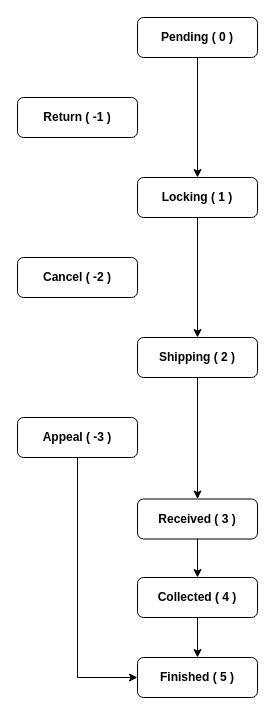
This is z/docs/states.drawio from fossabot/pairfy, a draw.io file, before an edit. Source tidied: cells renumbered, new cells numbered last; positions are measured from the earlier drawing's top-left corner, leaving out a move shared by most shapes. Both pictures are drawn from the tidied source at 100%, with x=0, y=0 at pixel (17, 17).
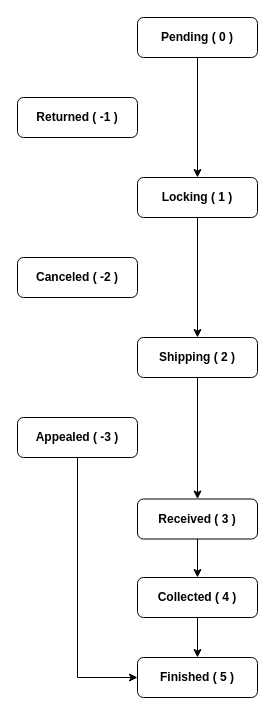
Above is the later version.

Change to the diagram source:
```diff
@@
 <mxGraphModel>
   <root>
     <mxCell id="0" />
     <mxCell id="1" parent="0" />
     <mxCell id="2" style="edgeStyle=orthogonalEdgeStyle;rounded=0;jettySize=auto;html=1;exitX=0.5;exitY=1;exitDx=0;exitDy=0;entryX=0.5;entryY=0;entryDx=0;entryDy=0;fontFamily=Helvetica;" parent="1" edge="1" source="3" target="6">
       <mxGeometry relative="1" as="geometry" />
     </mxCell>
     <mxCell id="3" value="&lt;b&gt;Pending ( 0 )&lt;/b&gt;" style="rounded=1;whiteSpace=wrap;html=1;fontFamily=Helvetica;" parent="1" vertex="1">
       <mxGeometry x="120" width="120" height="40" as="geometry" />
     </mxCell>
-    <mxCell id="4" value="&lt;b&gt;Return ( -1 )&lt;/b&gt;" style="rounded=1;whiteSpace=wrap;html=1;fontFamily=Helvetica;" parent="1" vertex="1">
-      <mxGeometry y="80" width="120" height="40" as="geometry" />
-    </mxCell>
+    <mxCell id="17" value="&lt;b&gt;Returned ( -1 )&lt;/b&gt;" style="rounded=1;whiteSpace=wrap;html=1;fontFamily=Helvetica;" parent="1" vertex="1">
+      <mxGeometry y="80" width="120" height="40" as="geometry" />
+    </mxCell>
     <mxCell id="5" style="edgeStyle=orthogonalEdgeStyle;rounded=0;jettySize=auto;html=1;exitX=0.5;exitY=1;exitDx=0;exitDy=0;entryX=0.5;entryY=0;entryDx=0;entryDy=0;fontFamily=Helvetica;" parent="1" edge="1" source="6" target="9">
       <mxGeometry relative="1" as="geometry" />
     </mxCell>
     <mxCell id="6" value="&lt;b&gt;Locking&amp;nbsp;&lt;/b&gt;&lt;b&gt;( 1 )&lt;/b&gt;" style="rounded=1;whiteSpace=wrap;html=1;fontFamily=Helvetica;" parent="1" vertex="1">
       <mxGeometry x="120" y="160" width="120" height="40" as="geometry" />
     </mxCell>
-    <mxCell id="7" value="&lt;b&gt;Cancel ( -2 )&lt;/b&gt;" style="rounded=1;whiteSpace=wrap;html=1;fontFamily=Helvetica;" parent="1" vertex="1">
-      <mxGeometry y="240" width="120" height="40" as="geometry" />
-    </mxCell>
+    <mxCell id="18" value="&lt;b&gt;Canceled ( -2 )&lt;/b&gt;" style="rounded=1;whiteSpace=wrap;html=1;fontFamily=Helvetica;" parent="1" vertex="1">
+      <mxGeometry y="240" width="120" height="40" as="geometry" />
+    </mxCell>
     <mxCell id="8" style="edgeStyle=orthogonalEdgeStyle;rounded=0;jettySize=auto;html=1;exitX=0.5;exitY=1;exitDx=0;exitDy=0;entryX=0.5;entryY=0;entryDx=0;entryDy=0;" parent="1" edge="1" source="9" target="11">
       <mxGeometry relative="1" as="geometry" />
     </mxCell>
     <mxCell id="9" value="&lt;b&gt;Shipping&amp;nbsp;&lt;/b&gt;&lt;b&gt;( 2 )&lt;/b&gt;" style="rounded=1;whiteSpace=wrap;html=1;fontFamily=Helvetica;" parent="1" vertex="1">
       <mxGeometry x="120" y="320" width="120" height="40" as="geometry" />
     </mxCell>
     <mxCell id="10" style="edgeStyle=orthogonalEdgeStyle;rounded=0;jettySize=auto;html=1;exitX=0.5;exitY=1;exitDx=0;exitDy=0;entryX=0.5;entryY=0;entryDx=0;entryDy=0;" parent="1" edge="1" source="11" target="15">
       <mxGeometry relative="1" as="geometry" />
     </mxCell>
     <mxCell id="11" value="&lt;b&gt;Received ( 3 )&lt;/b&gt;" style="rounded=1;whiteSpace=wrap;html=1;fontFamily=Helvetica;" parent="1" vertex="1">
       <mxGeometry x="120" y="481.5" width="120" height="40" as="geometry" />
     </mxCell>
-    <mxCell id="12" style="edgeStyle=orthogonalEdgeStyle;rounded=0;jettySize=auto;html=1;exitX=0.5;exitY=1;exitDx=0;exitDy=0;entryX=0;entryY=0.5;entryDx=0;entryDy=0;" parent="1" edge="1" source="13" target="16">
-      <mxGeometry relative="1" as="geometry" />
-    </mxCell>
-    <mxCell id="13" value="&lt;b&gt;Appeal ( -3 )&lt;/b&gt;" style="rounded=1;whiteSpace=wrap;html=1;fontFamily=Helvetica;" parent="1" vertex="1">
-      <mxGeometry y="400" width="120" height="40" as="geometry" />
-    </mxCell>
+    <mxCell id="19" style="edgeStyle=orthogonalEdgeStyle;rounded=0;jettySize=auto;html=1;exitX=0.5;exitY=1;exitDx=0;exitDy=0;entryX=0;entryY=0.5;entryDx=0;entryDy=0;" parent="1" edge="1" source="20" target="16">
+      <mxGeometry relative="1" as="geometry" />
+    </mxCell>
+    <mxCell id="20" value="&lt;b&gt;Appealed ( -3 )&lt;/b&gt;" style="rounded=1;whiteSpace=wrap;html=1;fontFamily=Helvetica;" parent="1" vertex="1">
+      <mxGeometry y="400" width="120" height="40" as="geometry" />
+    </mxCell>
     <mxCell id="14" style="edgeStyle=orthogonalEdgeStyle;rounded=0;jettySize=auto;html=1;exitX=0.5;exitY=1;exitDx=0;exitDy=0;entryX=0.5;entryY=0;entryDx=0;entryDy=0;" parent="1" edge="1" source="15" target="16">
       <mxGeometry relative="1" as="geometry" />
     </mxCell>
     <mxCell id="15" value="&lt;b&gt;Collected ( 4&lt;/b&gt;&lt;b style=&quot;background-color: initial;&quot;&gt;&amp;nbsp;)&lt;/b&gt;" style="rounded=1;whiteSpace=wrap;html=1;fontFamily=Helvetica;" parent="1" vertex="1">
       <mxGeometry x="120" y="560" width="120" height="40" as="geometry" />
     </mxCell>
     <mxCell id="16" value="&lt;b&gt;Finished ( 5&lt;/b&gt;&lt;b style=&quot;background-color: initial;&quot;&gt;&amp;nbsp;)&lt;/b&gt;" style="rounded=1;whiteSpace=wrap;html=1;fontFamily=Helvetica;" parent="1" vertex="1">
       <mxGeometry x="120" y="640" width="120" height="40" as="geometry" />
     </mxCell>
   </root>
 </mxGraphModel>
```
